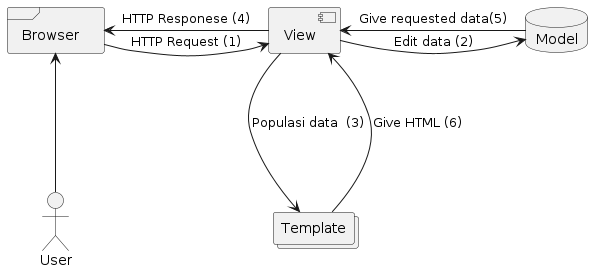
Before: bagan/uml.png, a diagram exported from PlantUML (naufal-ramadhan/e-jersey).
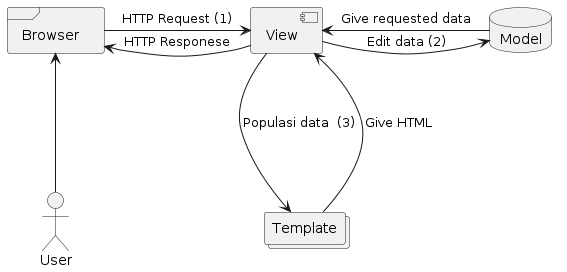
After the commit.

Change to the diagram source:
```diff
@@ -7,9 +7,9 @@
 
 Browser  <---  User
 Browser -> View : HTTP Request (1)
-View -> Browser :  HTTP Responese (4)
+View -> Browser :  HTTP Responese
 View -> Model   : Edit data (2)
-Model -> View   : Give requested data(5)
+Model -> View   : Give requested data
 View ---> Template : Populasi data  (3)
-Template ---> View : Give HTML (6)
+Template ---> View : Give HTML
 @enduml
```
